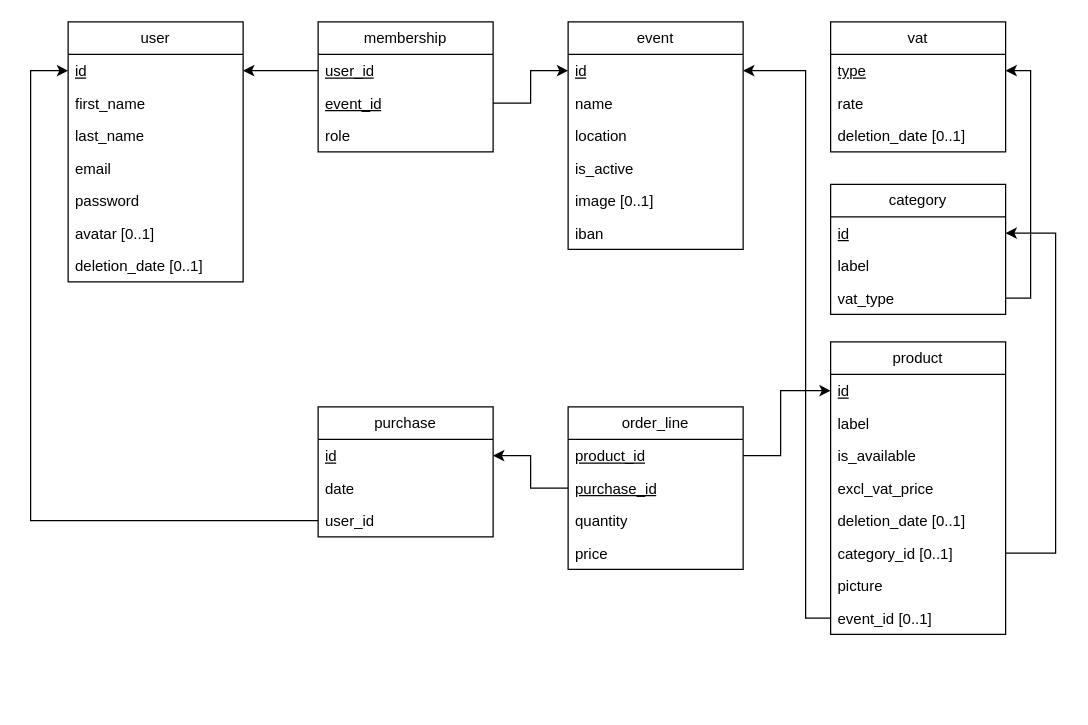
maxoux53/smartkiosk keeps this draw.io diagram as database/docs/relational_schema.drawio. Above is the earlier version. Source tidied: cells renumbered, new cells numbered last; positions are measured from the earlier drawing's top-left corner, leaving out a move shared by most shapes. Both pictures are drawn from the tidied source at 125%, with x=0, y=0 at pixel (30, 21).
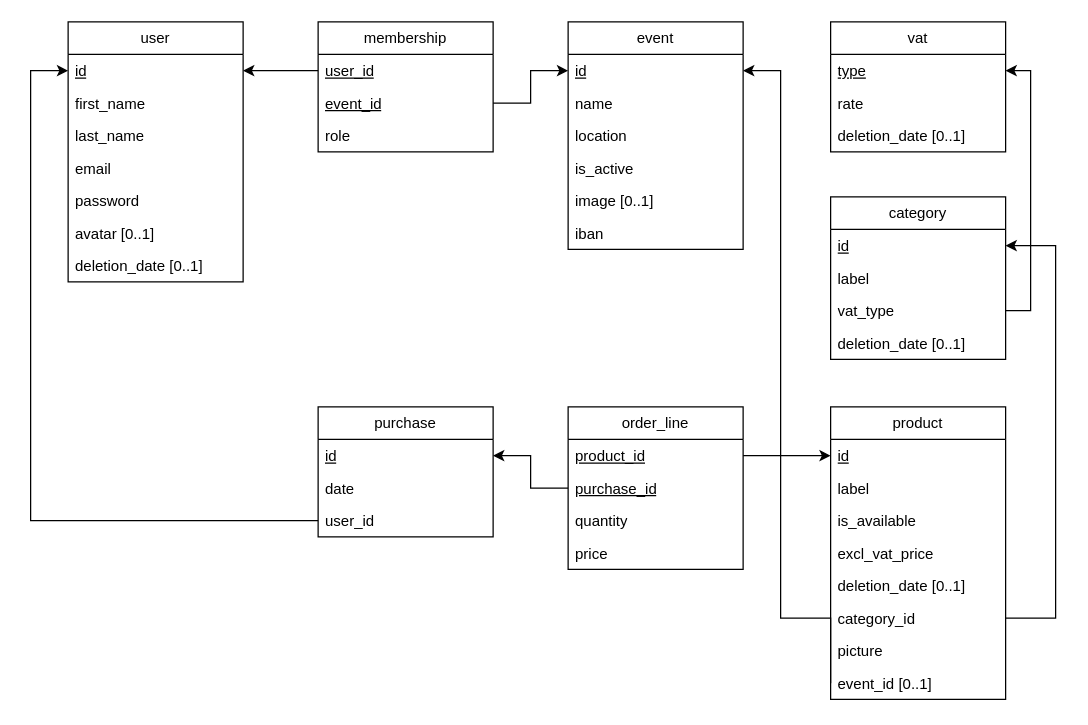
The same page after the edit.

Commit message (it also covers changes not shown here):
fix: vat & category delete operation

Unchanged cells that the change refers to:
```xml
<mxCell id="11" value="id" style="text;strokeColor=none;fillColor=none;align=left;verticalAlign=top;spacingLeft=4;spacingRight=4;overflow=hidden;points=[[0,0.5],[1,0.5]];portConstraint=eastwest;whiteSpace=wrap;html=1;fontStyle=4;" parent="10" vertex="1">
  <mxGeometry y="26" width="140" height="26" as="geometry" />
</mxCell>
<mxCell id="22" value="id" style="text;strokeColor=none;fillColor=none;align=left;verticalAlign=top;spacingLeft=4;spacingRight=4;overflow=hidden;points=[[0,0.5],[1,0.5]];portConstraint=eastwest;whiteSpace=wrap;html=1;fontStyle=4;" parent="21" vertex="1">
  <mxGeometry y="26" width="140" height="26" as="geometry" />
</mxCell>
<mxCell id="29" value="event_id [0..1]" style="text;strokeColor=none;fillColor=none;align=left;verticalAlign=top;spacingLeft=4;spacingRight=4;overflow=hidden;points=[[0,0.5],[1,0.5]];portConstraint=eastwest;whiteSpace=wrap;html=1;" parent="21" vertex="1">
  <mxGeometry y="208" width="140" height="26" as="geometry" />
</mxCell>
<mxCell id="31" value="id" style="text;strokeColor=none;fillColor=none;align=left;verticalAlign=top;spacingLeft=4;spacingRight=4;overflow=hidden;points=[[0,0.5],[1,0.5]];portConstraint=eastwest;whiteSpace=wrap;html=1;fontStyle=4;" parent="30" vertex="1">
  <mxGeometry y="26" width="140" height="26" as="geometry" />
</mxCell>
<mxCell id="33" value="vat_type" style="text;strokeColor=none;fillColor=none;align=left;verticalAlign=top;spacingLeft=4;spacingRight=4;overflow=hidden;points=[[0,0.5],[1,0.5]];portConstraint=eastwest;whiteSpace=wrap;html=1;" parent="30" vertex="1">
  <mxGeometry y="78" width="140" height="26" as="geometry" />
</mxCell>
<mxCell id="35" value="type" style="text;strokeColor=none;fillColor=none;align=left;verticalAlign=top;spacingLeft=4;spacingRight=4;overflow=hidden;points=[[0,0.5],[1,0.5]];portConstraint=eastwest;whiteSpace=wrap;html=1;fontStyle=4;" parent="34" vertex="1">
  <mxGeometry y="26" width="140" height="26" as="geometry" />
</mxCell>
<mxCell id="51" value="product_id" style="text;strokeColor=none;fillColor=none;align=left;verticalAlign=top;spacingLeft=4;spacingRight=4;overflow=hidden;points=[[0,0.5],[1,0.5]];portConstraint=eastwest;whiteSpace=wrap;html=1;fontStyle=4;" parent="50" vertex="1">
  <mxGeometry y="26" width="140" height="26" as="geometry" />
</mxCell>
```

Change to the diagram source:
```diff
@@
     <mxCell id="21" value="product" style="swimlane;fontStyle=0;horizontal=1;startSize=26;fillColor=none;whiteSpace=wrap;html=1;" parent="1" vertex="1">
-      <mxGeometry x="640" y="256" width="140" height="234" as="geometry" />
+      <mxGeometry x="640" y="308" width="140" height="234" as="geometry" />
     </mxCell>
@@
-    <mxCell id="27" value="category_id [0..1]" style="text;strokeColor=none;fillColor=none;align=left;verticalAlign=top;spacingLeft=4;spacingRight=4;overflow=hidden;points=[[0,0.5],[1,0.5]];portConstraint=eastwest;whiteSpace=wrap;html=1;" parent="21" vertex="1">
+    <mxCell id="27" value="category_id" style="text;strokeColor=none;fillColor=none;align=left;verticalAlign=top;spacingLeft=4;spacingRight=4;overflow=hidden;points=[[0,0.5],[1,0.5]];portConstraint=eastwest;whiteSpace=wrap;html=1;" parent="21" vertex="1">
       <mxGeometry y="156" width="140" height="26" as="geometry" />
     </mxCell>
@@
     <mxCell id="30" value="category" style="swimlane;fontStyle=0;horizontal=1;startSize=26;fillColor=none;whiteSpace=wrap;html=1;" parent="1" vertex="1">
-      <mxGeometry x="640" y="130" width="140" height="104" as="geometry" />
+      <mxGeometry x="640" y="140" width="140" height="130" as="geometry" />
     </mxCell>
@@
+    <mxCell id="55" value="deletion_date [0..1]" style="text;strokeColor=none;fillColor=none;align=left;verticalAlign=top;spacingLeft=4;spacingRight=4;overflow=hidden;whiteSpace=wrap;html=1;" parent="30" vertex="1">
+      <mxGeometry y="104" width="140" height="26" as="geometry" />
+    </mxCell>
@@
     <mxCell id="46" style="edgeStyle=orthogonalEdgeStyle;rounded=0;jettySize=auto;html=1;exitX=1;exitY=0.5;exitDx=0;exitDy=0;entryX=0;entryY=0.5;entryDx=0;entryDy=0;" parent="1" edge="1" source="51" target="22">
       <mxGeometry relative="1" as="geometry">
         <Array as="points">
-          <mxPoint x="600" y="347" />
-          <mxPoint x="600" y="295" />
+          <mxPoint x="620" y="347" />
+          <mxPoint x="620" y="347" />
         </Array>
       </mxGeometry>
     </mxCell>
     <mxCell id="47" style="edgeStyle=orthogonalEdgeStyle;rounded=0;jettySize=auto;html=1;exitX=0;exitY=0.5;exitDx=0;exitDy=0;entryX=1;entryY=0.5;entryDx=0;entryDy=0;" parent="1" edge="1" source="29" target="11">
       <mxGeometry relative="1" as="geometry">
         <Array as="points">
-          <mxPoint x="620" y="477" />
-          <mxPoint x="620" y="39" />
+          <mxPoint x="640" y="477" />
+          <mxPoint x="600" y="477" />
+          <mxPoint x="600" y="39" />
         </Array>
       </mxGeometry>
     </mxCell>
     <mxCell id="48" style="edgeStyle=orthogonalEdgeStyle;rounded=0;jettySize=auto;html=1;exitX=1;exitY=0.5;exitDx=0;exitDy=0;entryX=1;entryY=0.5;entryDx=0;entryDy=0;" parent="1" edge="1" source="27" target="31">
       <mxGeometry relative="1" as="geometry">
         <Array as="points">
-          <mxPoint x="820" y="425" />
-          <mxPoint x="820" y="169" />
+          <mxPoint x="820" y="477" />
+          <mxPoint x="820" y="179" />
         </Array>
       </mxGeometry>
     </mxCell>
     <mxCell id="49" style="edgeStyle=orthogonalEdgeStyle;rounded=0;jettySize=auto;html=1;exitX=1;exitY=0.5;exitDx=0;exitDy=0;entryX=1;entryY=0.5;entryDx=0;entryDy=0;" parent="1" edge="1" source="33" target="35">
       <mxGeometry relative="1" as="geometry">
         <Array as="points">
-          <mxPoint x="800" y="221" />
+          <mxPoint x="800" y="231" />
           <mxPoint x="800" y="39" />
         </Array>
       </mxGeometry>
     </mxCell>
```
